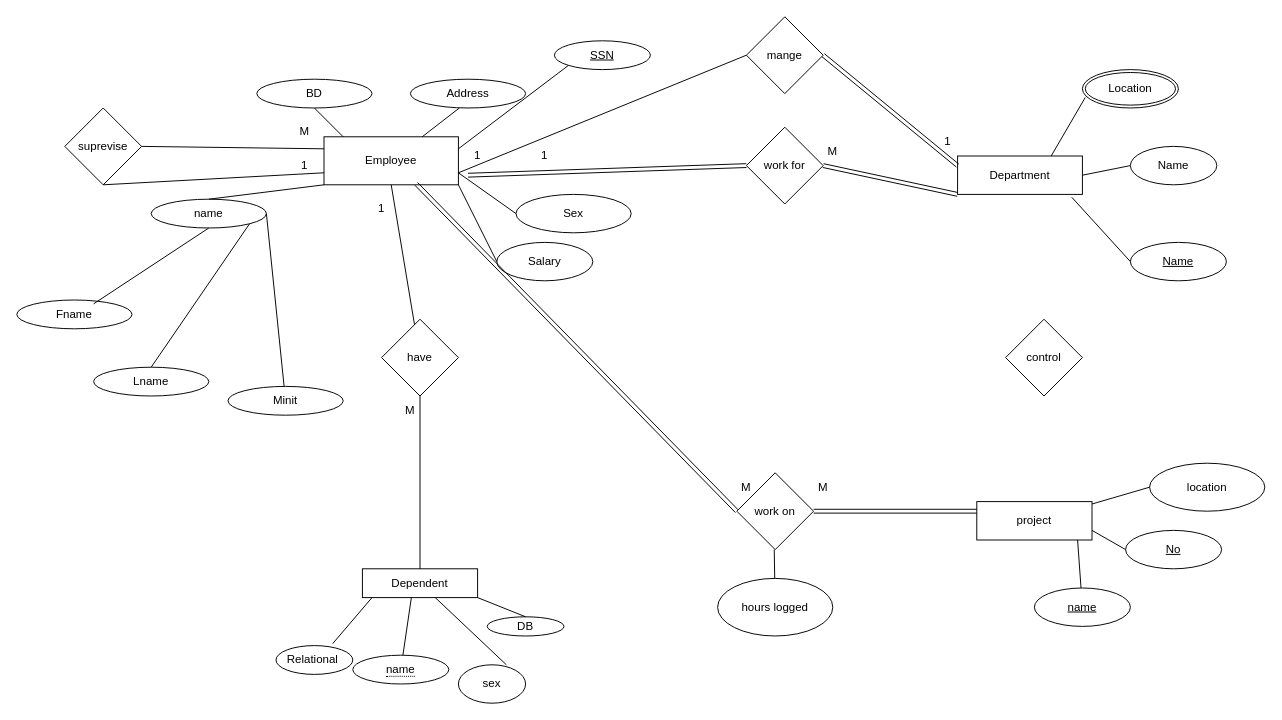
This is College Management System.drawio from alsaidiaaisha-oss/Database-Coures, a draw.io file, before an edit. Source tidied: cells renumbered, new cells numbered last; positions are measured from the earlier drawing's top-left corner, leaving out a move shared by most shapes. Both pictures are drawn from the tidied source at 96%, with x=0, y=0 at pixel (16, 16).
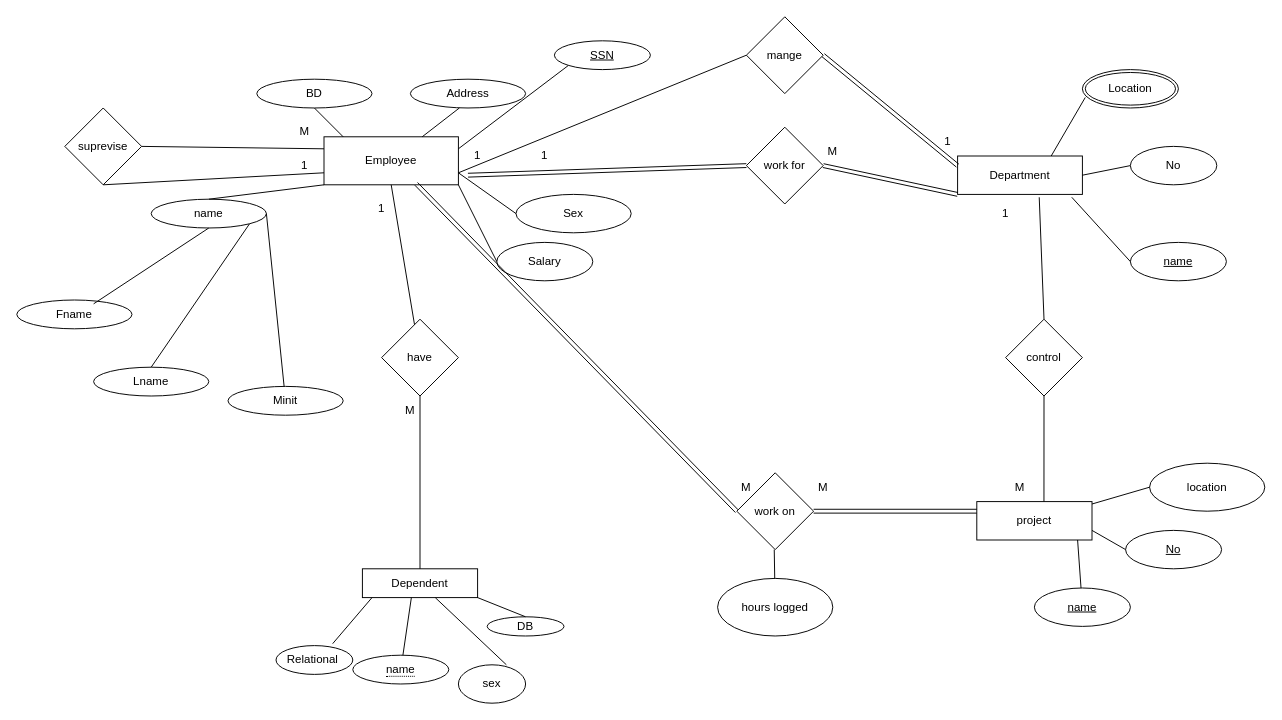
The same diagram, later.

Unchanged cells that the change refers to:
```xml
<mxCell id="3" value="Department" style="rounded=0;whiteSpace=wrap;html=1;" parent="1" vertex="1">
  <mxGeometry x="980" y="145" width="130" height="40" as="geometry" />
</mxCell>
<mxCell id="5" value="project" style="rounded=0;whiteSpace=wrap;html=1;" parent="1" vertex="1">
  <mxGeometry x="1000" y="505" width="120" height="40" as="geometry" />
</mxCell>
<mxCell id="67" value="control" style="rhombus;whiteSpace=wrap;html=1;" parent="1" vertex="1">
  <mxGeometry x="1030" y="315" width="80" height="80" as="geometry" />
</mxCell>
```

What changed in the source:
```diff
@@
-    <mxCell id="24" value="Name" style="ellipse;whiteSpace=wrap;html=1;align=center;fontStyle=4;" parent="1" vertex="1">
+    <mxCell id="24" value="name" style="ellipse;whiteSpace=wrap;html=1;align=center;fontStyle=4;" parent="1" vertex="1">
       <mxGeometry x="1160" y="235" width="100" height="40" as="geometry" />
     </mxCell>
@@
-    <mxCell id="29" value="Name" style="ellipse;whiteSpace=wrap;html=1;" parent="1" vertex="1">
+    <mxCell id="29" value="No" style="ellipse;whiteSpace=wrap;html=1;" parent="1" vertex="1">
       <mxGeometry x="1160" y="135" width="90" height="40" as="geometry" />
     </mxCell>
@@
+    <mxCell id="73" style="endArrow=none;html=1;rounded=0;entryX=0.654;entryY=1.075;entryDx=0;entryDy=0;entryPerimeter=0;exitX=0.5;exitY=0;exitDx=0;exitDy=0;" parent="1" edge="1" source="67" target="3">
+      <mxGeometry relative="1" as="geometry" />
+    </mxCell>
+    <mxCell id="74" style="endArrow=none;html=1;rounded=0;entryX=0.5;entryY=1;entryDx=0;entryDy=0;exitX=0.583;exitY=0;exitDx=0;exitDy=0;exitPerimeter=0;" parent="1" edge="1" source="5" target="67">
+      <mxGeometry relative="1" as="geometry" />
+    </mxCell>
+    <mxCell id="75" value="1" style="text;html=1;whiteSpace=wrap;strokeColor=none;fillColor=none;align=center;verticalAlign=middle;rounded=0;" parent="1" vertex="1">
+      <mxGeometry x="1000" y="190" width="60" height="30" as="geometry" />
+    </mxCell>
+    <mxCell id="76" value="M" style="text;html=1;whiteSpace=wrap;strokeColor=none;fillColor=none;align=center;verticalAlign=middle;rounded=0;" parent="1" vertex="1">
+      <mxGeometry x="1015" y="475" width="60" height="30" as="geometry" />
+    </mxCell>
```
